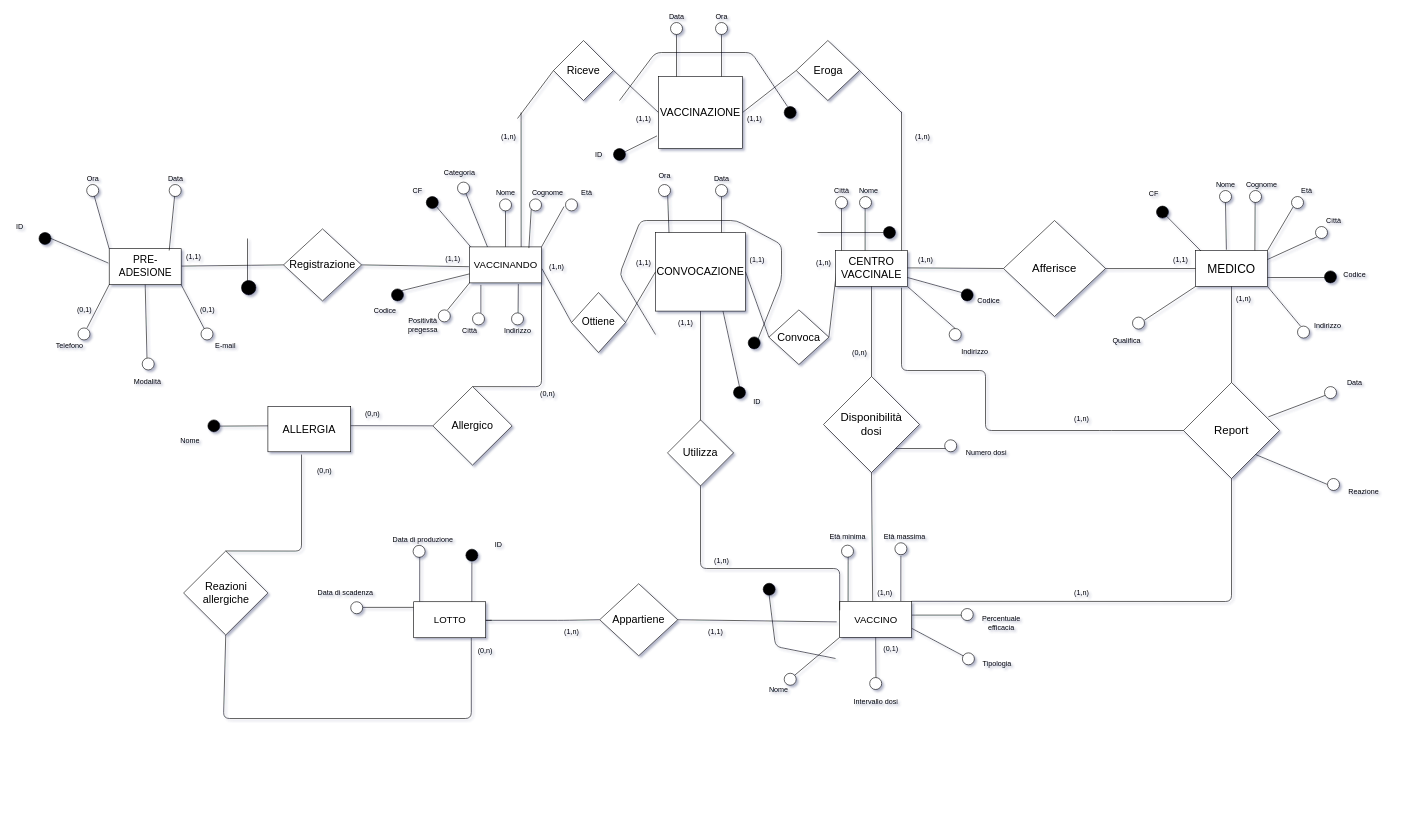
Before: page "ERristr" (1 of 2) of bd/Schema E/ERsenzagen.drawio in shaggyishere/VaccineDatabase, a draw.io diagram. Source tidied: cells renumbered, new cells numbered last; positions are measured from the earlier drawing's top-left corner, leaving out a move shared by most shapes. Both pictures are drawn from the tidied source at 60%, with x=0, y=0 at pixel (10, 10).
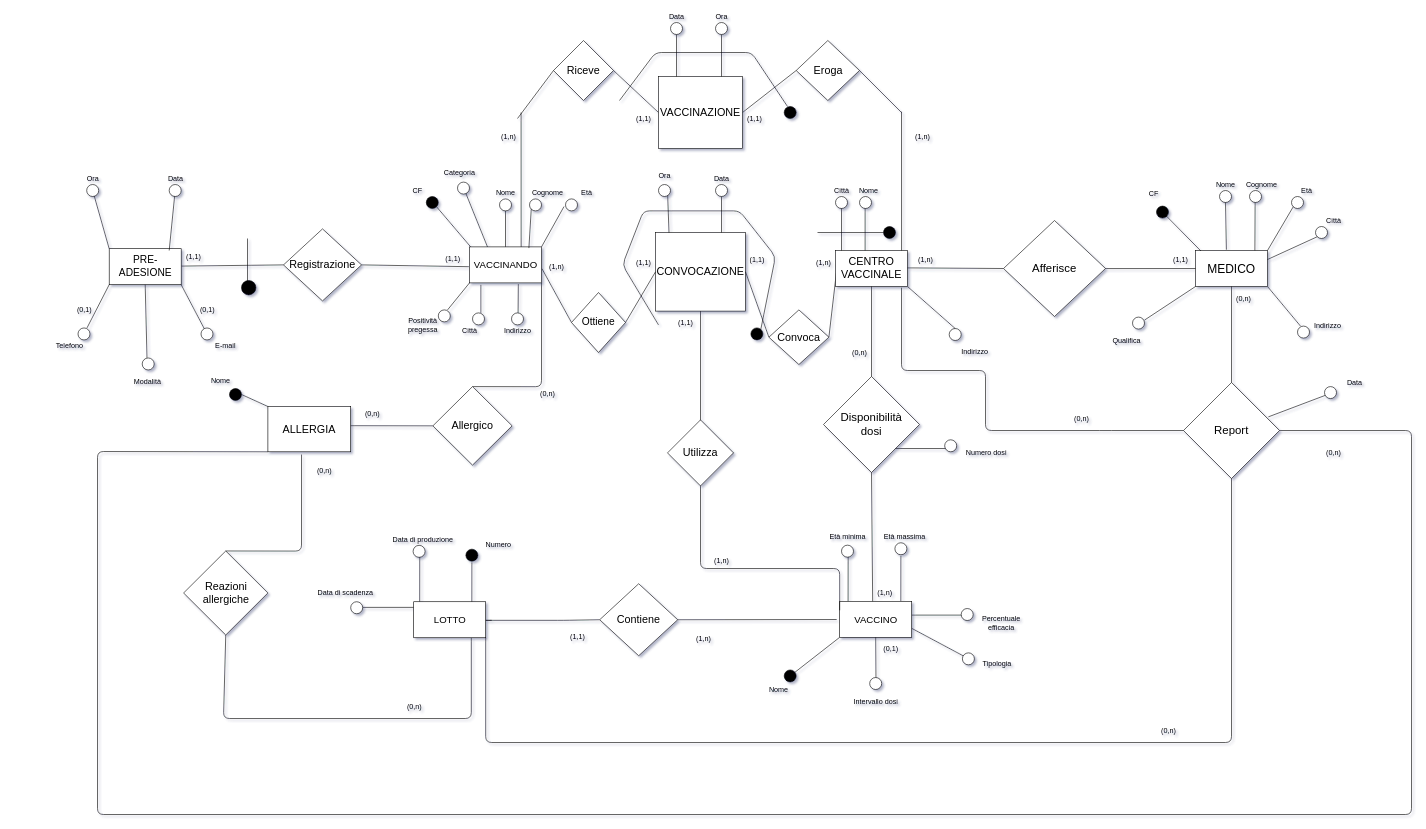
The same page after the edit.

Commit message:
Modifiche a LOTTO, VACCINO e REPORT, tolto gli id in ogni entità

Unchanged cells that the change refers to:
```xml
<mxCell id="3" value="&lt;font style=&quot;font-size: 18px&quot;&gt;CONVOCAZIONE&lt;/font&gt;" style="rectangle;whiteSpace=wrap;html=1;strokeWidth=1;fillColor=#FFFFFF;" parent="1" vertex="1">
  <mxGeometry x="1075" y="370" width="150" height="131" as="geometry" />
</mxCell>
<mxCell id="5" value="&lt;font style=&quot;font-size: 18px&quot;&gt;CENTRO VACCINALE&lt;/font&gt;" style="rounded=0;whiteSpace=wrap;html=1;strokeWidth=1;fillColor=#FFFFFF;" parent="1" vertex="1">
  <mxGeometry x="1375" y="400" width="120" height="60" as="geometry" />
</mxCell>
<mxCell id="21" value="&lt;font style=&quot;font-size: 18px&quot;&gt;VACCINAZIONE&lt;/font&gt;" style="rectangle;whiteSpace=wrap;html=1;strokeWidth=1;fillColor=#FFFFFF;" parent="1" vertex="1">
  <mxGeometry x="1080" y="110" width="140" height="120" as="geometry" />
</mxCell>
<mxCell id="55" style="rounded=0;whiteSpace=wrap;html=1;" parent="1" vertex="1">
  <mxGeometry x="672" y="985.4" width="120" height="60" as="geometry" />
</mxCell>
<mxCell id="60" value="&lt;font style=&quot;font-size: 19px&quot;&gt;Report&lt;/font&gt;" style="rhombus;whiteSpace=wrap;html=1;strokeWidth=1;fillColor=#FFFFFF;" parent="1" vertex="1">
  <mxGeometry x="1955" y="620" width="160" height="160" as="geometry" />
</mxCell>
<mxCell id="62" value="&lt;font style=&quot;font-size: 17px&quot;&gt;PRE-ADESIONE&lt;/font&gt;" style="rounded=0;whiteSpace=wrap;html=1;" parent="1" vertex="1">
  <mxGeometry x="164.5" y="397" width="120" height="60" as="geometry" />
</mxCell>
<mxCell id="82" style="rounded=0;whiteSpace=wrap;html=1;" parent="1" vertex="1">
  <mxGeometry x="765" y="394" width="120" height="60" as="geometry" />
</mxCell>
<mxCell id="126" style="rounded=0;whiteSpace=wrap;html=1;" parent="1" vertex="1">
  <mxGeometry x="1382" y="984.7" width="120" height="60" as="geometry" />
</mxCell>
<mxCell id="136" value="&lt;blockquote style=&quot;font-size: 20px&quot;&gt;MEDICO&lt;/blockquote&gt;" style="whiteSpace=wrap;html=1;strokeWidth=1;fillColor=#FFFFFF;" parent="1" vertex="1">
  <mxGeometry x="1975" y="400" width="120" height="60" as="geometry" />
</mxCell>
<mxCell id="173" value="&lt;font style=&quot;font-size: 18px&quot;&gt;ALLERGIA&lt;/font&gt;" style="rounded=0;whiteSpace=wrap;html=1;" parent="1" vertex="1">
  <mxGeometry x="429" y="660" width="138" height="75.5" as="geometry" />
</mxCell>
```

The edit, as a diff of the source:
```diff
@@
-    <mxCell id="24" style="endArrow=none;html=1;entryX=0.75;entryY=1;entryDx=0;entryDy=0;exitX=0.5;exitY=0;exitDx=0;exitDy=0;" parent="1" edge="1" source="27" target="3">
-      <mxGeometry relative="1" as="geometry" />
-    </mxCell>
@@
-    <mxCell id="27" style="ellipse;whiteSpace=wrap;html=1;strokeWidth=1;fillColor=#000000;" parent="1" vertex="1">
-      <mxGeometry x="1205" y="626.8" width="20" height="20" as="geometry" />
-    </mxCell>
@@
-    <mxCell id="29" value="ID" style="text;html=1;align=center;verticalAlign=middle;strokeColor=none;" parent="1" vertex="1">
-      <mxGeometry x="1229" y="642.3" width="30" height="20" as="geometry" />
-    </mxCell>
@@
-    <mxCell id="40" style="endArrow=none;html=1;exitX=0;exitY=0.5;exitDx=0;exitDy=0;entryX=1;entryY=0.5;entryDx=0;entryDy=0;" parent="1" edge="1" target="54">
+    <mxCell id="40" style="endArrow=none;html=1;entryX=1;entryY=0.5;entryDx=0;entryDy=0;" parent="1" edge="1" target="54">
       <mxGeometry relative="1" as="geometry">
-        <mxPoint x="1377" y="1019" as="sourcePoint" />
+        <mxPoint x="1377" y="1015" as="sourcePoint" />
       </mxGeometry>
     </mxCell>
@@
-    <mxCell id="48" value="ID" style="text;html=1;align=center;verticalAlign=middle;strokeColor=none;" parent="1" vertex="1">
-      <mxGeometry x="798" y="880.8" width="30" height="20" as="geometry" />
+    <mxCell id="48" value="Numero" style="text;html=1;align=center;verticalAlign=middle;strokeColor=none;" parent="1" vertex="1">
+      <mxGeometry x="783" y="880.8" width="60" height="20" as="geometry" />
     </mxCell>
@@
     <mxCell id="52" value="(1,n)" style="text;html=1;align=center;verticalAlign=middle;strokeColor=none;" parent="1" vertex="1">
-      <mxGeometry x="915" y="1025.6" width="40" height="20" as="geometry" />
+      <mxGeometry x="1135" y="1036.7" width="40" height="20" as="geometry" />
     </mxCell>
     <mxCell id="53" value="(0,n)" style="text;html=1;align=center;verticalAlign=middle;strokeColor=none;" parent="1" vertex="1">
-      <mxGeometry x="771" y="1058.4" width="40" height="20" as="geometry" />
+      <mxGeometry x="653" y="1150" width="40" height="20" as="geometry" />
     </mxCell>
-    <mxCell id="54" value="&lt;font style=&quot;font-size: 18px&quot;&gt;Appartiene&lt;/font&gt;" style="rhombus;whiteSpace=wrap;html=1;strokeWidth=1;fillColor=#FFFFFF;" parent="1" vertex="1">
+    <mxCell id="54" value="&lt;font style=&quot;font-size: 18px&quot;&gt;Contiene&lt;/font&gt;" style="rhombus;whiteSpace=wrap;html=1;strokeWidth=1;fillColor=#FFFFFF;" parent="1" vertex="1">
       <mxGeometry x="982" y="955.4" width="130" height="120" as="geometry" />
     </mxCell>
@@
-    <mxCell id="61" style="endArrow=none;html=1;entryX=0.5;entryY=1;entryDx=0;entryDy=0;exitX=1;exitY=0;exitDx=0;exitDy=0;" parent="1" edge="1" source="126" target="60">
-      <mxGeometry relative="1" as="geometry">
-        <Array as="points">
-          <mxPoint x="2035" y="985" />
-        </Array>
-      </mxGeometry>
-    </mxCell>
@@
-    <mxCell id="69" style="ellipse;whiteSpace=wrap;html=1;strokeWidth=1;fillColor=#000000;" parent="1" vertex="1">
-      <mxGeometry x="47.5" y="370" width="20" height="20" as="geometry" />
-    </mxCell>
@@
-    <mxCell id="124" style="ellipse;whiteSpace=wrap;html=1;strokeWidth=1;fillColor=#000000;" parent="1" vertex="1">
-      <mxGeometry x="1254.5" y="954.6" width="20" height="20" as="geometry" />
-    </mxCell>
@@
-    <mxCell id="128" style="endArrow=none;html=1;entryX=0;entryY=1;entryDx=0;entryDy=0;" parent="1" edge="1" target="126">
-      <mxGeometry relative="1" as="geometry">
-        <mxPoint x="1305.5" y="1109.1" as="sourcePoint" />
-      </mxGeometry>
+    <mxCell id="128" style="endArrow=none;html=1;entryX=0;entryY=1;entryDx=0;entryDy=0;startArrow=none;" parent="1" edge="1" source="229" target="126">
+      <mxGeometry relative="1" as="geometry" />
     </mxCell>
@@
-    <mxCell id="159" value="(1,n)" style="text;html=1;align=center;verticalAlign=middle;strokeColor=none;" parent="1" vertex="1">
+    <mxCell id="159" value="(0,n)" style="text;html=1;align=center;verticalAlign=middle;strokeColor=none;" parent="1" vertex="1">
       <mxGeometry x="2035" y="470" width="40" height="20" as="geometry" />
     </mxCell>
@@
-    <mxCell id="161" style="endArrow=none;html=1;exitX=-0.012;exitY=0.399;exitDx=0;exitDy=0;entryX=1;entryY=0.5;entryDx=0;entryDy=0;exitPerimeter=0;" parent="1" edge="1" source="62" target="69">
-      <mxGeometry relative="1" as="geometry" />
-    </mxCell>
-    <mxCell id="162" value="ID" style="text;html=1;align=center;verticalAlign=middle;strokeColor=none;" parent="1" vertex="1">
-      <mxGeometry y="350" width="30" height="20" as="geometry" />
-    </mxCell>
-    <mxCell id="163" style="endArrow=none;html=1;entryX=0;entryY=0.75;entryDx=0;entryDy=0;exitX=1;exitY=0;exitDx=0;exitDy=0;" parent="1" edge="1" source="164" target="82">
-      <mxGeometry relative="1" as="geometry" />
-    </mxCell>
-    <mxCell id="164" style="ellipse;whiteSpace=wrap;html=1;strokeWidth=1;fillColor=#000000;" parent="1" vertex="1">
-      <mxGeometry x="635" y="464" width="20" height="20" as="geometry" />
-    </mxCell>
-    <mxCell id="165" value="Codice" style="text;html=1;align=center;verticalAlign=middle;strokeColor=none;" parent="1" vertex="1">
-      <mxGeometry x="599" y="490" width="50" height="20" as="geometry" />
-    </mxCell>
-    <mxCell id="166" style="endArrow=none;html=1;entryX=1;entryY=0.75;entryDx=0;entryDy=0;" parent="1" edge="1" target="136">
-      <mxGeometry relative="1" as="geometry">
-        <mxPoint x="2195" y="445" as="sourcePoint" />
-      </mxGeometry>
-    </mxCell>
-    <mxCell id="167" style="ellipse;whiteSpace=wrap;html=1;strokeWidth=1;fillColor=#000000;" parent="1" vertex="1">
-      <mxGeometry x="2190" y="434" width="20" height="20" as="geometry" />
-    </mxCell>
-    <mxCell id="168" value="Codice" style="text;html=1;align=center;verticalAlign=middle;strokeColor=none;" parent="1" vertex="1">
-      <mxGeometry x="2215" y="430" width="50" height="20" as="geometry" />
-    </mxCell>
@@
-    <mxCell id="174" style="endArrow=none;html=1;entryX=0;entryY=0.5;entryDx=0;entryDy=0;" parent="1" edge="1">
+    <mxCell id="174" style="endArrow=none;html=1;entryX=0;entryY=0;entryDx=0;entryDy=0;" parent="1" edge="1" target="173">
       <mxGeometry relative="1" as="geometry">
-        <mxPoint x="349" y="692.7" as="sourcePoint" />
-        <mxPoint x="429" y="692.3" as="targetPoint" />
+        <mxPoint x="385" y="640" as="sourcePoint" />
       </mxGeometry>
     </mxCell>
     <mxCell id="175" style="ellipse;whiteSpace=wrap;html=1;strokeWidth=1;fillColor=#000000;" parent="1" vertex="1">
-      <mxGeometry x="329" y="682.3" width="20" height="20" as="geometry" />
+      <mxGeometry x="365" y="630" width="20" height="20" as="geometry" />
     </mxCell>
     <mxCell id="176" value="Nome" style="text;html=1;align=center;verticalAlign=middle;strokeColor=none;" parent="1" vertex="1">
-      <mxGeometry x="274" y="707.7" width="50" height="20" as="geometry" />
+      <mxGeometry x="324.5" y="606.8" width="50" height="20" as="geometry" />
     </mxCell>
@@
-    <mxCell id="193" style="endArrow=none;html=1;entryX=-0.018;entryY=0.825;entryDx=0;entryDy=0;entryPerimeter=0;" parent="1" edge="1" target="21">
-      <mxGeometry relative="1" as="geometry">
-        <mxPoint x="1015" y="240" as="sourcePoint" />
-      </mxGeometry>
-    </mxCell>
-    <mxCell id="194" style="ellipse;whiteSpace=wrap;html=1;strokeWidth=1;fillColor=#000000;" parent="1" vertex="1">
-      <mxGeometry x="1005" y="230" width="20" height="20" as="geometry" />
-    </mxCell>
-    <mxCell id="195" value="ID" style="text;html=1;align=center;verticalAlign=middle;strokeColor=none;" parent="1" vertex="1">
-      <mxGeometry x="965" y="230" width="30" height="20" as="geometry" />
-    </mxCell>
     <mxCell id="196" style="endArrow=none;html=1;" parent="1" edge="1">
       <mxGeometry relative="1" as="geometry">
-        <mxPoint x="1075" y="540" as="sourcePoint" />
-        <mxPoint x="1245" y="550" as="targetPoint" />
+        <mxPoint x="1080" y="524" as="sourcePoint" />
+        <mxPoint x="1250" y="534" as="targetPoint" />
         <Array as="points">
-          <mxPoint x="1015" y="440" />
-          <mxPoint x="1050" y="350" />
-          <mxPoint x="1210" y="350" />
-          <mxPoint x="1285" y="390" />
-          <mxPoint x="1285" y="450" />
+          <mxPoint x="1020" y="424" />
+          <mxPoint x="1055" y="334" />
+          <mxPoint x="1215" y="334" />
+          <mxPoint x="1275" y="410" />
         </Array>
       </mxGeometry>
     </mxCell>
     <mxCell id="197" style="ellipse;whiteSpace=wrap;html=1;strokeWidth=1;fillColor=#000000;" parent="1" vertex="1">
-      <mxGeometry x="1229.5" y="544" width="20" height="20" as="geometry" />
+      <mxGeometry x="1234" y="529" width="20" height="20" as="geometry" />
     </mxCell>
@@
     <mxCell id="210" value="(1,1)" style="text;html=1;align=center;verticalAlign=middle;strokeColor=none;" parent="1" vertex="1">
-      <mxGeometry x="1155" y="1024.7" width="40" height="20" as="geometry" />
+      <mxGeometry x="925" y="1034.1" width="40" height="20" as="geometry" />
     </mxCell>
@@
-    <mxCell id="212" style="endArrow=none;html=1;entryX=1;entryY=0.75;entryDx=0;entryDy=0;" parent="1" edge="1" target="5">
-      <mxGeometry relative="1" as="geometry">
-        <mxPoint x="1585" y="470" as="sourcePoint" />
-      </mxGeometry>
-    </mxCell>
-    <mxCell id="213" value="Codice " style="text;html=1;align=center;verticalAlign=middle;strokeColor=none;" parent="1" vertex="1">
-      <mxGeometry x="1605" y="474" width="50" height="20" as="geometry" />
-    </mxCell>
-    <mxCell id="214" style="ellipse;whiteSpace=wrap;html=1;strokeWidth=1;fillColor=#000000;" parent="1" vertex="1">
-      <mxGeometry x="1584.5" y="464" width="20" height="20" as="geometry" />
-    </mxCell>
@@
-    <mxCell id="218" style="ellipse;whiteSpace=wrap;html=1;strokeWidth=1;" parent="1" vertex="1">
-      <mxGeometry x="1289.5" y="1104.6" width="20" height="20" as="geometry" />
-    </mxCell>
-    <mxCell id="219" style="endArrow=none;html=1;exitX=0.5;exitY=1;exitDx=0;exitDy=0;" parent="1" edge="1" source="124">
-      <mxGeometry relative="1" as="geometry">
-        <mxPoint x="1375" y="1080" as="targetPoint" />
-        <Array as="points">
-          <mxPoint x="1275" y="1060" />
-        </Array>
-      </mxGeometry>
-    </mxCell>
@@
-    <mxCell id="224" value="(1,n)" style="text;html=1;align=center;verticalAlign=middle;strokeColor=none;" parent="1" vertex="1">
-      <mxGeometry x="1765" y="960.8" width="40" height="20" as="geometry" />
+    <mxCell id="224" value="(0,n)" style="text;html=1;align=center;verticalAlign=middle;strokeColor=none;" parent="1" vertex="1">
+      <mxGeometry x="1910" y="1190" width="40" height="20" as="geometry" />
     </mxCell>
-    <mxCell id="225" value="(1,n)" style="text;html=1;align=center;verticalAlign=middle;strokeColor=none;" parent="1" vertex="1">
+    <mxCell id="225" value="(0,n)" style="text;html=1;align=center;verticalAlign=middle;strokeColor=none;" parent="1" vertex="1">
       <mxGeometry x="1765" y="670" width="40" height="20" as="geometry" />
     </mxCell>
-    <mxCell id="226" style="endArrow=none;html=1;entryX=1;entryY=1;entryDx=0;entryDy=0;" parent="1" edge="1" target="60">
+    <mxCell id="226" style="endArrow=none;html=1;entryX=1;entryY=0.5;entryDx=0;entryDy=0;exitX=0;exitY=1;exitDx=0;exitDy=0;" parent="1" edge="1" source="173" target="60">
       <mxGeometry relative="1" as="geometry">
-        <mxPoint x="2195" y="790" as="sourcePoint" />
+        <Array as="points">
+          <mxPoint x="145" y="735" />
+          <mxPoint x="145" y="1340" />
+          <mxPoint x="2335" y="1340" />
+          <mxPoint x="2335" y="700" />
+        </Array>
       </mxGeometry>
     </mxCell>
-    <mxCell id="227" style="ellipse;whiteSpace=wrap;html=1;strokeWidth=1;" parent="1" vertex="1">
-      <mxGeometry x="2195" y="780" width="20" height="20" as="geometry" />
-    </mxCell>
-    <mxCell id="228" value="Reazione" style="text;html=1;align=center;verticalAlign=middle;strokeColor=none;" parent="1" vertex="1">
-      <mxGeometry x="2220" y="792.3" width="70" height="20" as="geometry" />
-    </mxCell>
+    <mxCell id="229" style="ellipse;whiteSpace=wrap;html=1;strokeWidth=1;fillColor=#000000;" parent="1" vertex="1">
+      <mxGeometry x="1289.5" y="1099.1" width="20" height="20" as="geometry" />
+    </mxCell>
+    <mxCell id="230" style="endArrow=none;html=1;entryX=0.5;entryY=1;entryDx=0;entryDy=0;exitX=1;exitY=1;exitDx=0;exitDy=0;" parent="1" edge="1" source="55" target="60">
+      <mxGeometry relative="1" as="geometry">
+        <Array as="points">
+          <mxPoint x="792" y="1220" />
+          <mxPoint x="2035" y="1220" />
+        </Array>
+      </mxGeometry>
+    </mxCell>
+    <mxCell id="231" value="(0,n)" style="text;html=1;align=center;verticalAlign=middle;strokeColor=none;" parent="1" vertex="1">
+      <mxGeometry x="2185" y="727.3" width="40" height="20" as="geometry" />
+    </mxCell>
```
